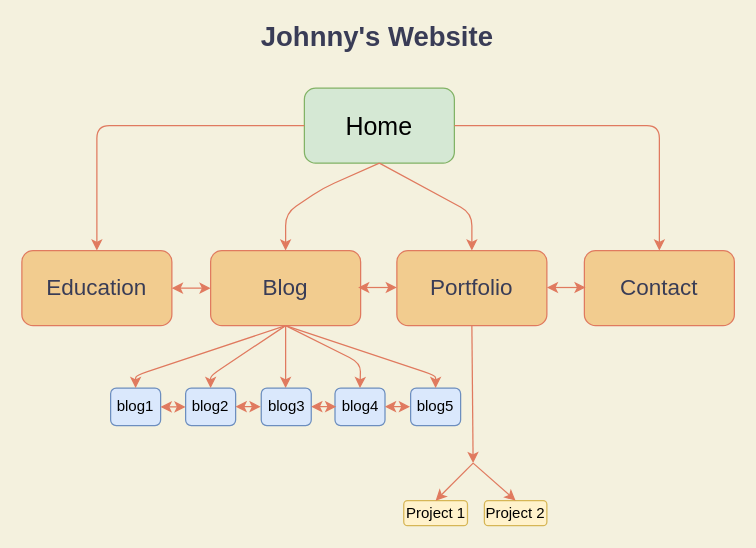
Johnny-coderacademy/portfolio-site keeps this draw.io diagram as Mysite.drawio. Above is the earlier version. Source tidied: cells renumbered, new cells numbered last; positions are measured from the earlier drawing's top-left corner, leaving out a move shared by most shapes. Both pictures are drawn from the tidied source at 125%, with x=0, y=0 at pixel (21, 25).
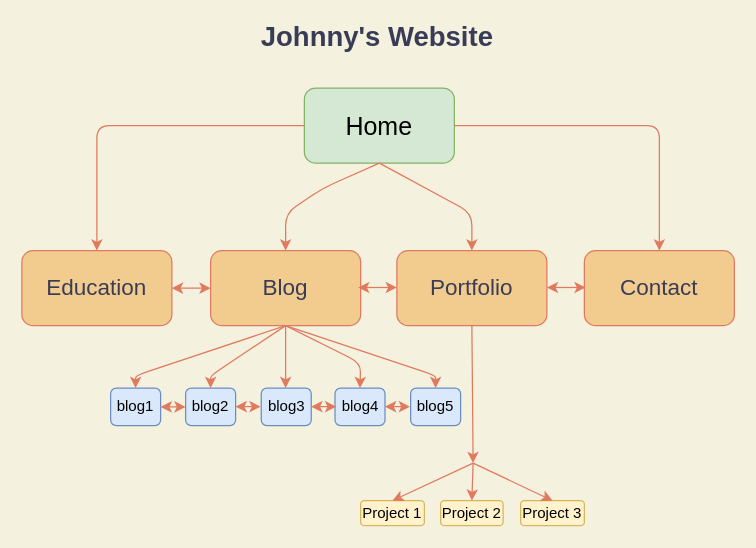
After the change.

What changed in the source:
```diff
@@
     <mxCell id="11" value="Project 2" style="rounded=1;whiteSpace=wrap;html=1;fillColor=#fff2cc;strokeColor=#d6b656;" parent="1" vertex="1">
-      <mxGeometry x="370" y="380" width="50" height="20" as="geometry" />
+      <mxGeometry x="335" y="380" width="50" height="20" as="geometry" />
     </mxCell>
@@
     <mxCell id="15" value="Project 1" style="rounded=1;whiteSpace=wrap;html=1;fillColor=#fff2cc;strokeColor=#d6b656;" parent="1" vertex="1">
-      <mxGeometry x="305.5" y="380" width="51" height="20" as="geometry" />
+      <mxGeometry x="271" y="380" width="51" height="20" as="geometry" />
     </mxCell>
@@
+    <mxCell id="34" value="Project 3" style="rounded=1;whiteSpace=wrap;html=1;fillColor=#fff2cc;strokeColor=#d6b656;" parent="1" vertex="1">
+      <mxGeometry x="399" y="380" width="51" height="20" as="geometry" />
+    </mxCell>
+    <mxCell id="35" style="endArrow=classic;html=1;entryX=0.5;entryY=0;entryDx=0;entryDy=0;labelBackgroundColor=#F4F1DE;strokeColor=#E07A5F;fontColor=#393C56;" parent="1" edge="1" target="34">
+      <mxGeometry relative="1" as="geometry">
+        <mxPoint x="361" y="350" as="sourcePoint" />
+      </mxGeometry>
+    </mxCell>
```
